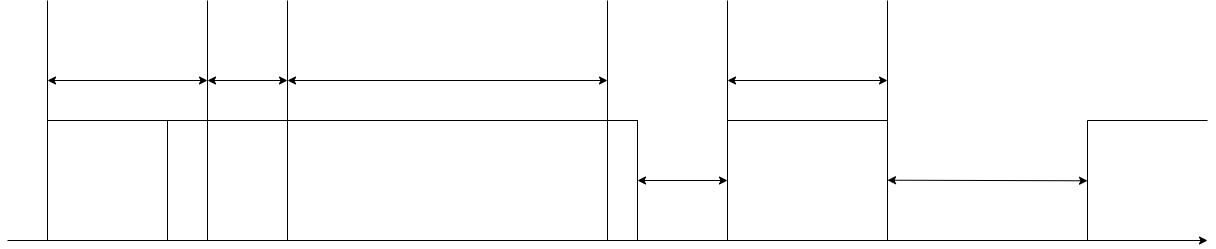
Before: preprint/assets/packet_success.drawio.png, a diagram exported from draw.io (ShitaLab-TMCIT/IEEE802.11simulator). Source tidied: cells renumbered, new cells last; positions are measured from the earlier drawing's top-left corner, leaving out a move shared by most shapes.
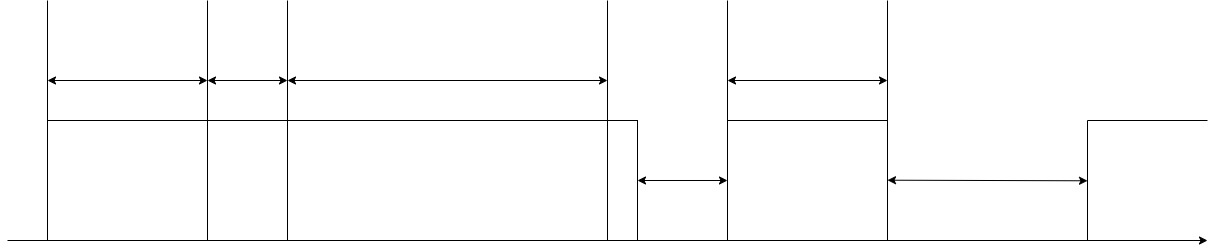
After the commit.

Diff of the diagram source:
```diff
@@ -9,11 +9,8 @@
       </mxGeometry>
     </mxCell>
     <mxCell id="3" style="rounded=0;whiteSpace=wrap;html=1;" parent="1" vertex="1">
-      <mxGeometry x="40" y="120" width="120" height="120" as="geometry" />
+      <mxGeometry x="40" y="120" width="160" height="120" as="geometry" />
     </mxCell>
-    <mxCell id="4" style="rounded=0;whiteSpace=wrap;html=1;" parent="1" vertex="1">
-      <mxGeometry x="160" y="120" width="40" height="120" as="geometry" />
-    </mxCell>
     <mxCell id="5" style="rounded=0;whiteSpace=wrap;html=1;" parent="1" vertex="1">
       <mxGeometry x="200" y="120" width="80" height="120" as="geometry" />
     </mxCell>
```
